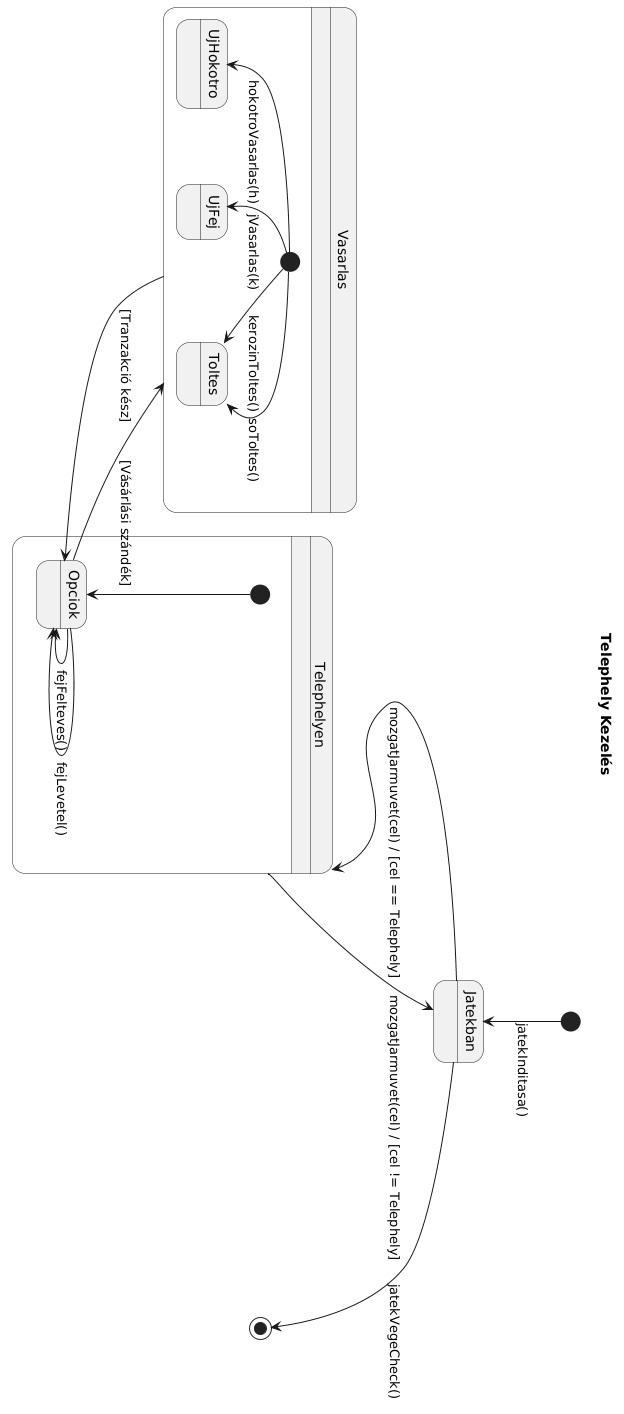
Above: DOK/docs/img/uml_state_chart/telephely.png in tdavid77/ProjLab (PlantUML), before the change.
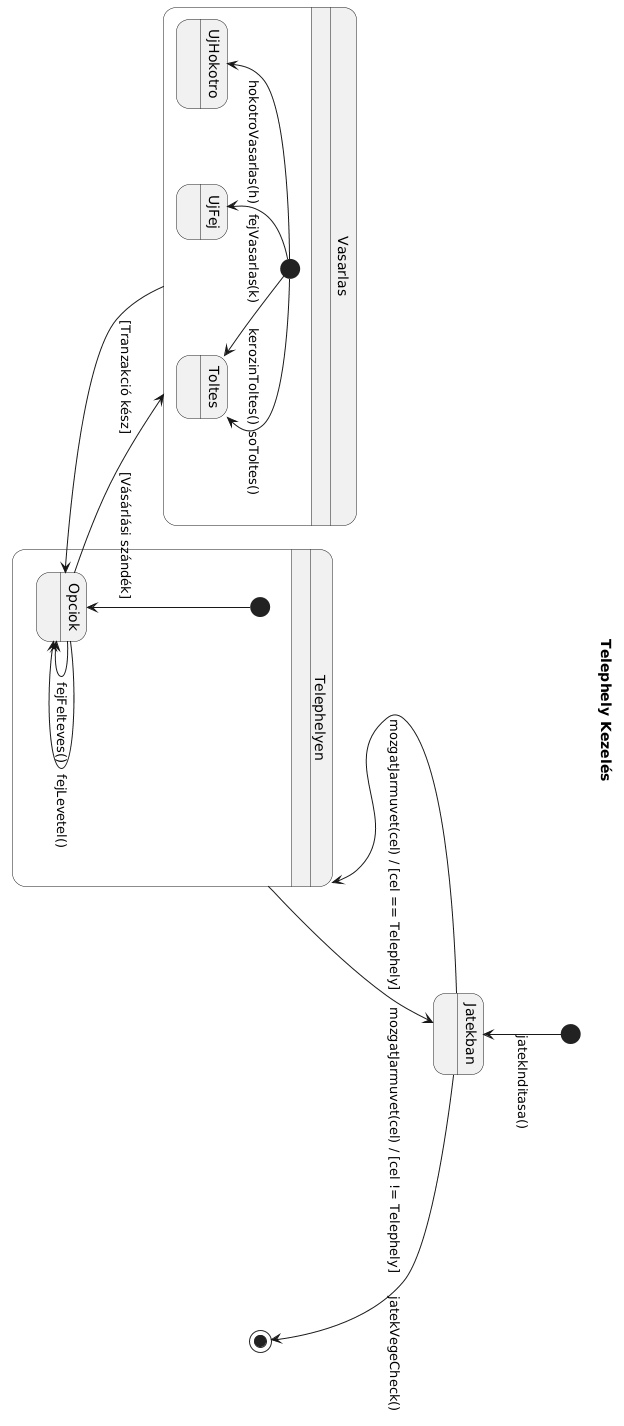
Above is the later version.

Diff of the diagram source:
```diff
@@ -24,7 +24,7 @@
         state Toltes :
 
         [*] --> UjHokotro : hokotroVasarlas(h)
-        [*] --> UjFej : jVasarlas(k)
+        [*] --> UjFej : fejVasarlas(k)
         [*] --> Toltes : kerozinToltes()
         [*] --> Toltes : soToltes()
     }
```
